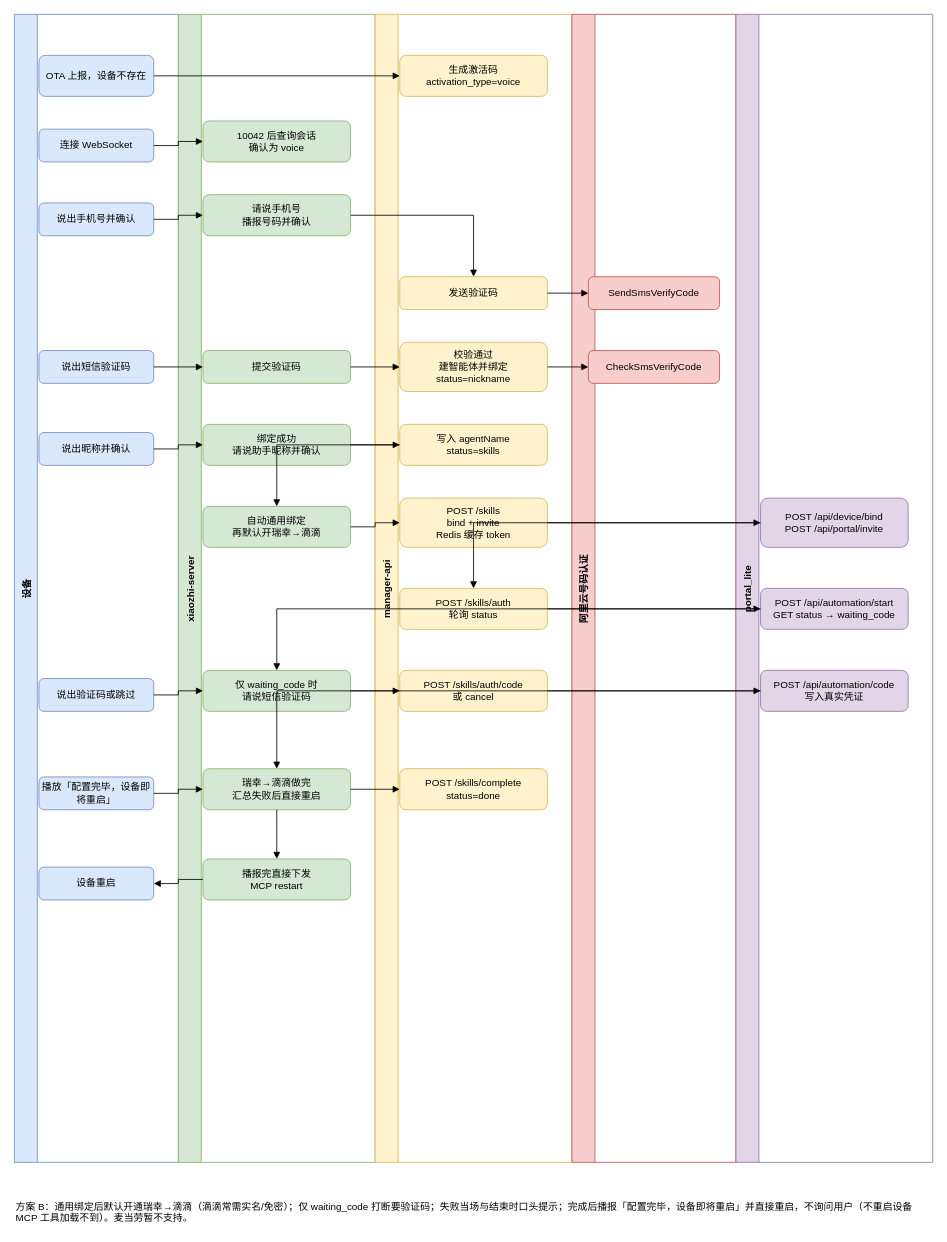
ElvisWangTech/xiaozhi-esp32-server keeps this draw.io diagram as docs/architecture/voice-activation.drawio. Above is the earlier version. Source tidied: cells renumbered, new cells numbered last; positions are measured from the earlier drawing's top-left corner, leaving out a move shared by most shapes. Both pictures are drawn from the tidied source at 82%, with x=0, y=0 at pixel (14, 14).
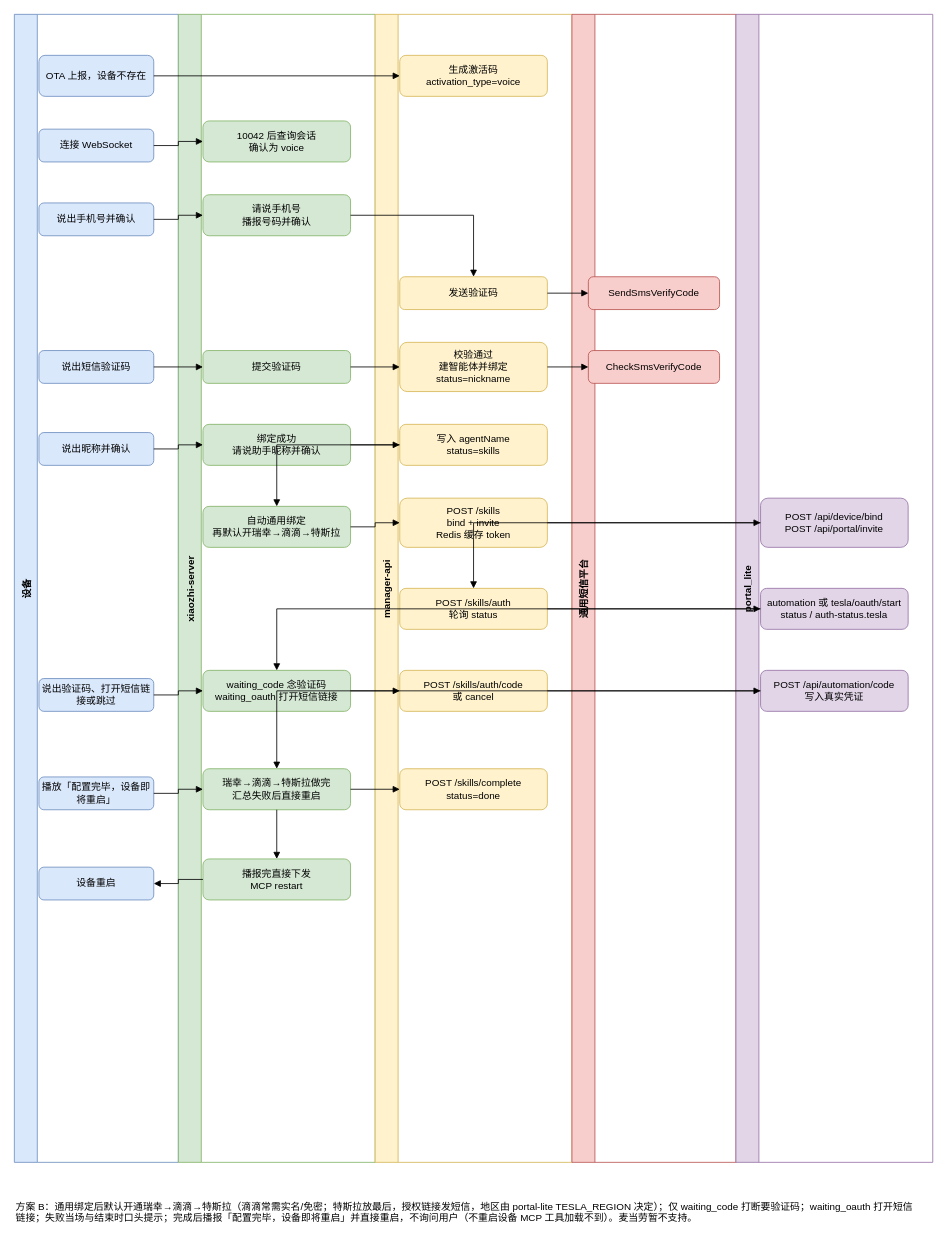
Above is the later version.

The change refers to these unchanged cells:
```xml
<mxCell id="2" value="设备" style="swimlane;horizontal=0;startSize=28;fillColor=#dae8fc;strokeColor=#6c8ebf;fontStyle=1;" parent="1" vertex="1">
  <mxGeometry width="200" height="1400" as="geometry" />
</mxCell>
<mxCell id="3" value="xiaozhi-server" style="swimlane;horizontal=0;startSize=28;fillColor=#d5e8d4;strokeColor=#82b366;fontStyle=1;" parent="1" vertex="1">
  <mxGeometry x="200" width="240" height="1400" as="geometry" />
</mxCell>
<mxCell id="6" value="portal_lite" style="swimlane;horizontal=0;startSize=28;fillColor=#e1d5e7;strokeColor=#9673a6;fontStyle=1;" parent="1" vertex="1">
  <mxGeometry x="880" width="240" height="1400" as="geometry" />
</mxCell>
```

What changed in the source:
```diff
@@
-    <mxCell id="5" value="阿里云号码认证" style="swimlane;horizontal=0;startSize=28;fillColor=#f8cecc;strokeColor=#b85450;fontStyle=1;" parent="1" vertex="1">
+    <mxCell id="5" value="通用短信平台" style="swimlane;horizontal=0;startSize=28;fillColor=#f8cecc;strokeColor=#b85450;fontStyle=1;" parent="1" vertex="1">
       <mxGeometry x="680" width="200" height="1400" as="geometry" />
     </mxCell>
@@
-    <mxCell id="32" value="自动通用绑定&#10;再默认开瑞幸→滴滴" style="rounded=1;whiteSpace=wrap;html=1;fillColor=#d5e8d4;strokeColor=#82b366;" parent="3" vertex="1">
+    <mxCell id="32" value="自动通用绑定&#10;再默认开瑞幸→滴滴→特斯拉" style="rounded=1;whiteSpace=wrap;html=1;fillColor=#d5e8d4;strokeColor=#82b366;" parent="3" vertex="1">
       <mxGeometry x="30" y="600" width="180" height="50" as="geometry" />
     </mxCell>
@@
-    <mxCell id="39" value="POST /api/automation/start&#10;GET status → waiting_code" style="rounded=1;whiteSpace=wrap;html=1;fillColor=#e1d5e7;strokeColor=#9673a6;" parent="6" vertex="1">
+    <mxCell id="39" value="automation 或 tesla/oauth/start&#10;status / auth-status.tesla" style="rounded=1;whiteSpace=wrap;html=1;fillColor=#e1d5e7;strokeColor=#9673a6;" parent="6" vertex="1">
       <mxGeometry x="30" y="700" width="180" height="50" as="geometry" />
     </mxCell>
@@
-    <mxCell id="42" value="仅 waiting_code 时&#10;请说短信验证码" style="rounded=1;whiteSpace=wrap;html=1;fillColor=#d5e8d4;strokeColor=#82b366;" parent="3" vertex="1">
+    <mxCell id="42" value="waiting_code 念验证码&#10;waiting_oauth 打开短信链接" style="rounded=1;whiteSpace=wrap;html=1;fillColor=#d5e8d4;strokeColor=#82b366;" parent="3" vertex="1">
       <mxGeometry x="30" y="800" width="180" height="50" as="geometry" />
     </mxCell>
-    <mxCell id="43" value="说出验证码或跳过" style="rounded=1;whiteSpace=wrap;html=1;fillColor=#dae8fc;strokeColor=#6c8ebf;" parent="2" vertex="1">
+    <mxCell id="43" value="说出验证码、打开短信链接或跳过" style="rounded=1;whiteSpace=wrap;html=1;fillColor=#dae8fc;strokeColor=#6c8ebf;" parent="2" vertex="1">
       <mxGeometry x="30" y="810" width="140" height="40" as="geometry" />
     </mxCell>
@@
-    <mxCell id="50" value="瑞幸→滴滴做完&#10;汇总失败后直接重启" style="rounded=1;whiteSpace=wrap;html=1;fillColor=#d5e8d4;strokeColor=#82b366;" parent="3" vertex="1">
+    <mxCell id="50" value="瑞幸→滴滴→特斯拉做完&#10;汇总失败后直接重启" style="rounded=1;whiteSpace=wrap;html=1;fillColor=#d5e8d4;strokeColor=#82b366;" parent="3" vertex="1">
       <mxGeometry x="30" y="920" width="180" height="50" as="geometry" />
     </mxCell>
@@
-    <mxCell id="60" value="方案 B：通用绑定后默认开通瑞幸→滴滴（滴滴常需实名/免密）；仅 waiting_code 打断要验证码；失败当场与结束时口头提示；完成后播报「配置完毕，设备即将重启」并直接重启，不询问用户（不重启设备 MCP 工具加载不到）。麦当劳暂不支持。" style="text;html=1;strokeColor=none;fillColor=none;align=left;verticalAlign=top;whiteSpace=wrap;rounded=0;" parent="1" vertex="1">
+    <mxCell id="60" value="方案 B：通用绑定后默认开通瑞幸→滴滴→特斯拉（滴滴常需实名/免密；特斯拉放最后，授权链接发短信，地区由 portal-lite TESLA_REGION 决定）；仅 waiting_code 打断要验证码；waiting_oauth 打开短信链接；失败当场与结束时口头提示；完成后播报「配置完毕，设备即将重启」并直接重启，不询问用户（不重启设备 MCP 工具加载不到）。麦当劳暂不支持。" style="text;html=1;strokeColor=none;fillColor=none;align=left;verticalAlign=top;whiteSpace=wrap;rounded=0;" parent="1" vertex="1">
       <mxGeometry y="1440" width="1100" height="40" as="geometry" />
     </mxCell>
```
